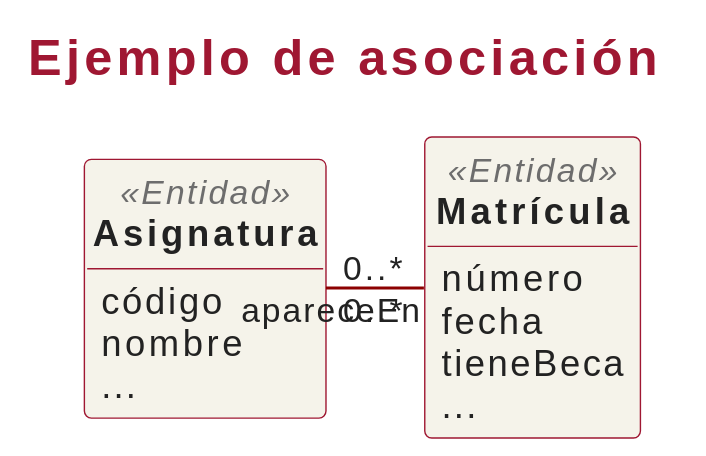
The PlantUML diagram assets/slides/iissi1/t6-introduccion-al-modelado-conceptual/puml/dc-ejemplo-asociacion.svg in IISSI-US/web, before a commit.
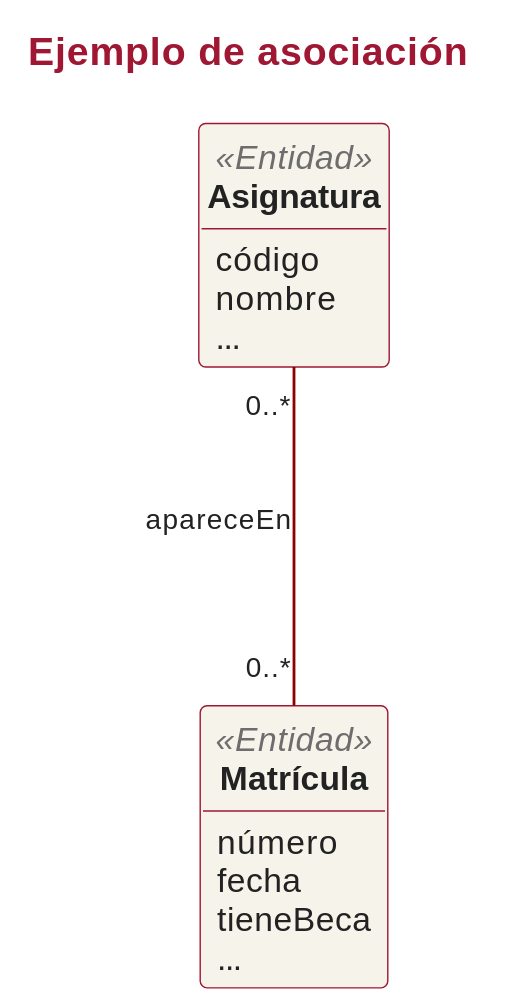
The same diagram one commit later.

Diff of the diagram source:
```diff
@@ -5,5 +5,5 @@
 !include Asignatura.iuml
 !include Matricula.iuml
 
-Asignatura "0..*" -r- "0..*" Matrícula : apareceEn
+Asignatura "0..*" --- "0..*" Matrícula : apareceEn
 @enduml
```
